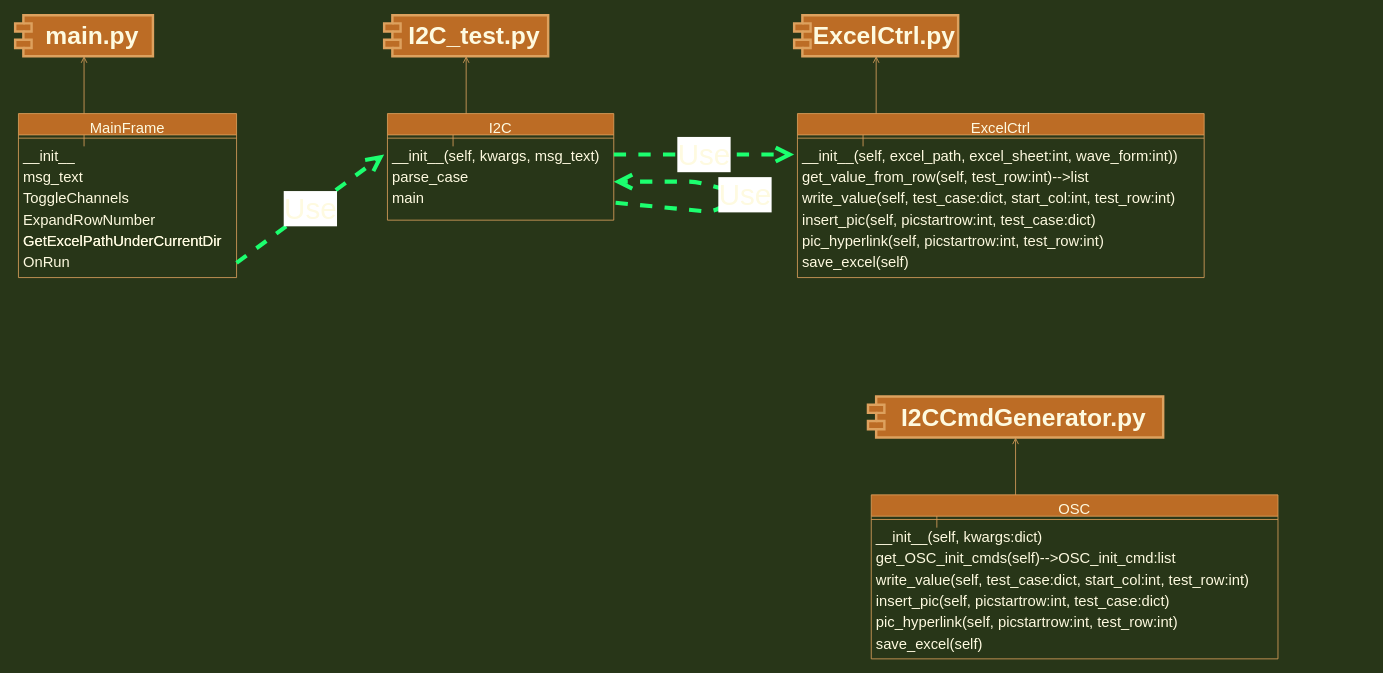
Before: I2C.drawio in ld269440877/Diagram, a draw.io diagram. Source tidied: cells renumbered, new cells numbered last; positions are measured from the earlier drawing's top-left corner, leaving out a move shared by most shapes. Both pictures are drawn from the tidied source at 82%, with x=0, y=0 at pixel (15, 15).
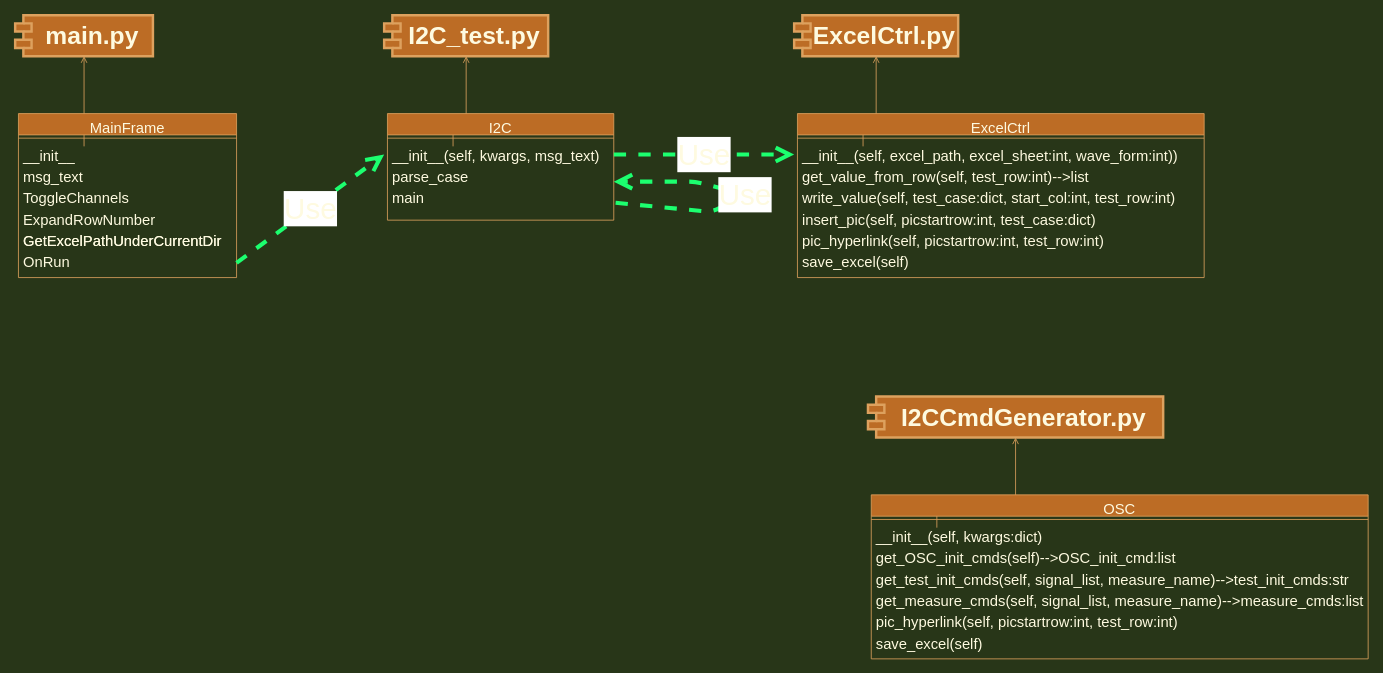
The same page after the edit.

Change to the diagram source:
```diff
@@
     <mxCell id="35" value="OSC" style="swimlane;fontStyle=0;align=center;verticalAlign=top;horizontal=1;startSize=26;rounded=0;shadow=0;strokeWidth=1;fillColor=#BC6C25;strokeColor=#DDA15E;fontColor=#FEFAE0;fontSize=18;" parent="1" vertex="1">
-      <mxGeometry x="1044" y="585" width="496" height="200" as="geometry" />
+      <mxGeometry x="1044" y="585" width="606" height="200" as="geometry" />
     </mxCell>
     <mxCell id="36" style="line;html=1;strokeWidth=1;align=left;verticalAlign=middle;spacingTop=-1;spacingLeft=3;spacingRight=3;labelPosition=right;labelBackgroundColor=#283618;fillColor=#BC6C25;strokeColor=#DDA15E;fontColor=#FEFAE0;fontSize=18;" parent="35" vertex="1">
-      <mxGeometry y="26" width="496" height="8" as="geometry" />
+      <mxGeometry y="26" width="606" height="8" as="geometry" />
     </mxCell>
     <mxCell id="37" value="__init__(self, kwargs:dict)" style="text;align=left;verticalAlign=top;spacingLeft=4;spacingRight=4;overflow=hidden;fontStyle=0;fontColor=#FEFAE0;fontSize=18;" parent="35" vertex="1">
-      <mxGeometry y="34" width="496" height="26" as="geometry" />
+      <mxGeometry y="34" width="606" height="26" as="geometry" />
     </mxCell>
     <mxCell id="38" value="get_OSC_init_cmds(self)--&gt;OSC_init_cmd:list" style="text;align=left;verticalAlign=top;spacingLeft=4;spacingRight=4;overflow=hidden;fontColor=#FEFAE0;fontSize=18;" parent="35" vertex="1">
-      <mxGeometry y="60" width="496" height="26" as="geometry" />
+      <mxGeometry y="60" width="606" height="26" as="geometry" />
     </mxCell>
-    <mxCell id="39" value="write_value(self, test_case:dict, start_col:int, test_row:int)" style="text;align=left;verticalAlign=top;spacingLeft=4;spacingRight=4;overflow=hidden;fontColor=#FEFAE0;fontSize=18;" parent="35" vertex="1">
-      <mxGeometry y="86" width="496" height="26" as="geometry" />
+    <mxCell id="39" value="get_test_init_cmds(self, signal_list, measure_name)--&gt;test_init_cmds:str" style="text;align=left;verticalAlign=top;spacingLeft=4;spacingRight=4;overflow=hidden;fontColor=#FEFAE0;fontSize=18;" parent="35" vertex="1">
+      <mxGeometry y="86" width="606" height="26" as="geometry" />
     </mxCell>
-    <mxCell id="40" value="insert_pic(self, picstartrow:int, test_case:dict)" style="text;align=left;verticalAlign=top;spacingLeft=4;spacingRight=4;overflow=hidden;fontColor=#FEFAE0;fontSize=18;" parent="35" vertex="1">
-      <mxGeometry y="112" width="496" height="26" as="geometry" />
+    <mxCell id="40" value="get_measure_cmds(self, signal_list, measure_name)--&gt;measure_cmds:list" style="text;align=left;verticalAlign=top;spacingLeft=4;spacingRight=4;overflow=hidden;fontColor=#FEFAE0;fontSize=18;" parent="35" vertex="1">
+      <mxGeometry y="112" width="606" height="26" as="geometry" />
     </mxCell>
     <mxCell id="41" value="pic_hyperlink(self, picstartrow:int, test_row:int)" style="text;align=left;verticalAlign=top;spacingLeft=4;spacingRight=4;overflow=hidden;fontColor=#FEFAE0;fontSize=18;" parent="35" vertex="1">
-      <mxGeometry y="138" width="496" height="26" as="geometry" />
+      <mxGeometry y="138" width="606" height="26" as="geometry" />
     </mxCell>
     <mxCell id="42" value="save_excel(self)" style="text;align=left;verticalAlign=top;spacingLeft=4;spacingRight=4;overflow=hidden;fontColor=#FEFAE0;fontSize=18;" parent="35" vertex="1">
-      <mxGeometry y="164" width="496" height="26" as="geometry" />
+      <mxGeometry y="164" width="606" height="26" as="geometry" />
     </mxCell>
```
